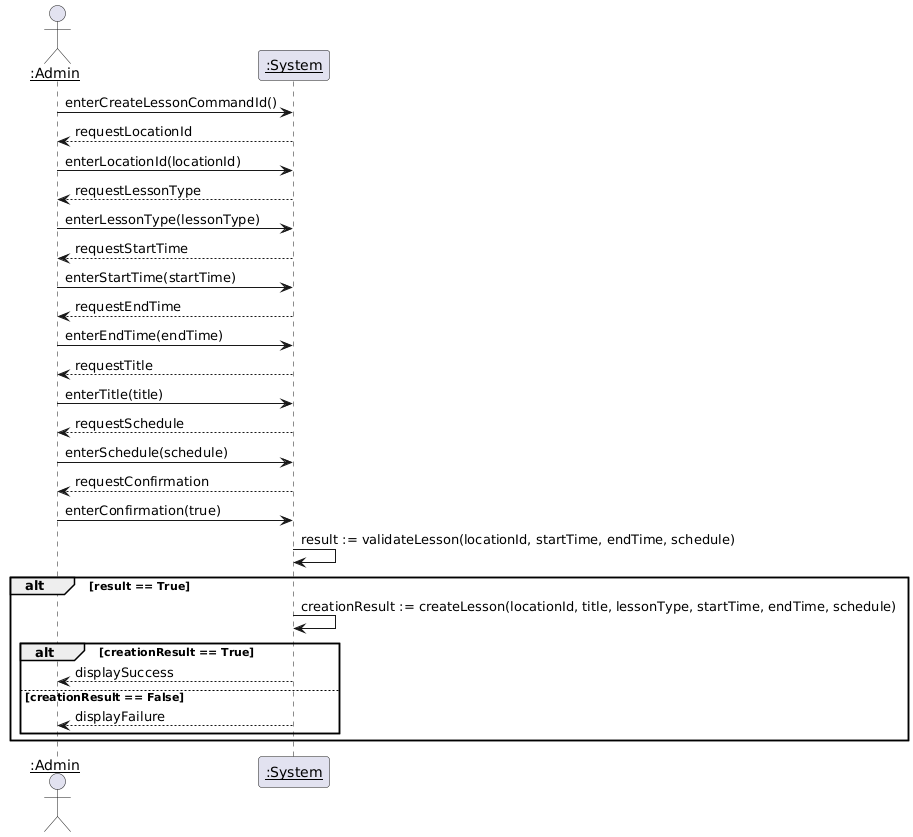
Earlier version of the PlantUML export iterationDeliverables/iteration-2/SystemSequenceDiagrams/Images/Admin-CreateLesson.png (Niravanaa/Alouer-SOEN342).
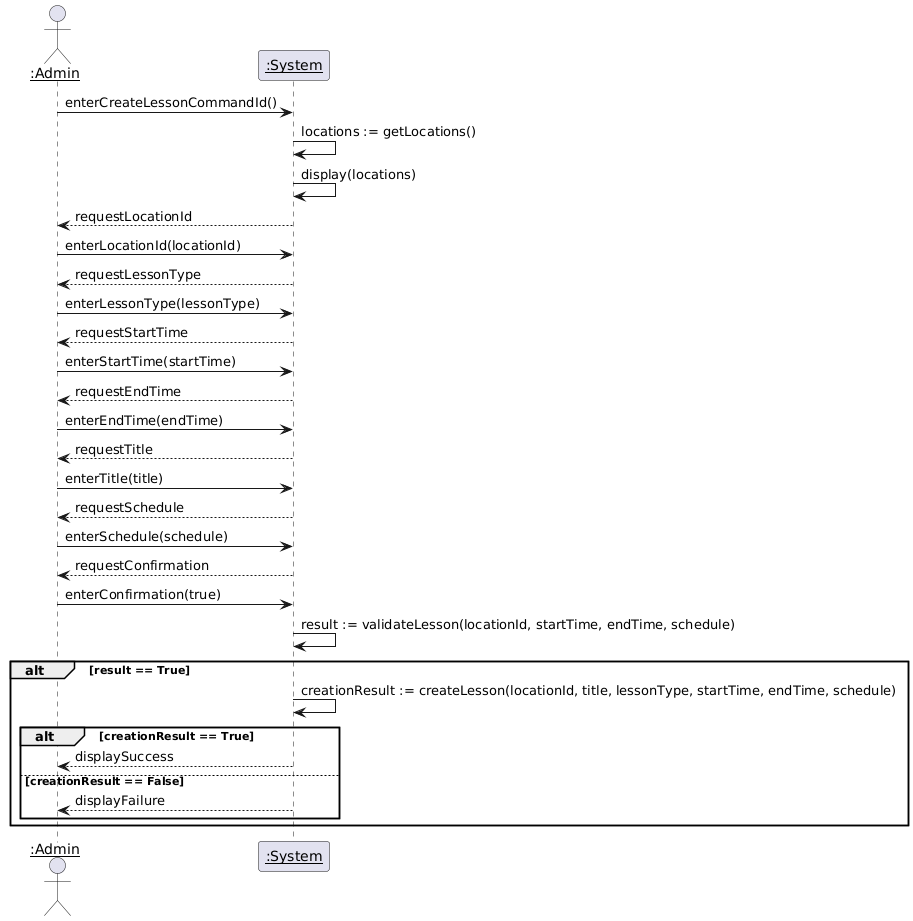
After the commit.

What changed in the source:
```diff
@@ -3,6 +3,8 @@
 participant "<u>:System" as system
 
 admin -> system : enterCreateLessonCommandId()
+system -> system : locations := getLocations()
+system -> system : display(locations)
 system --> admin : requestLocationId
 admin -> system : enterLocationId(locationId)
 system --> admin : requestLessonType
```
